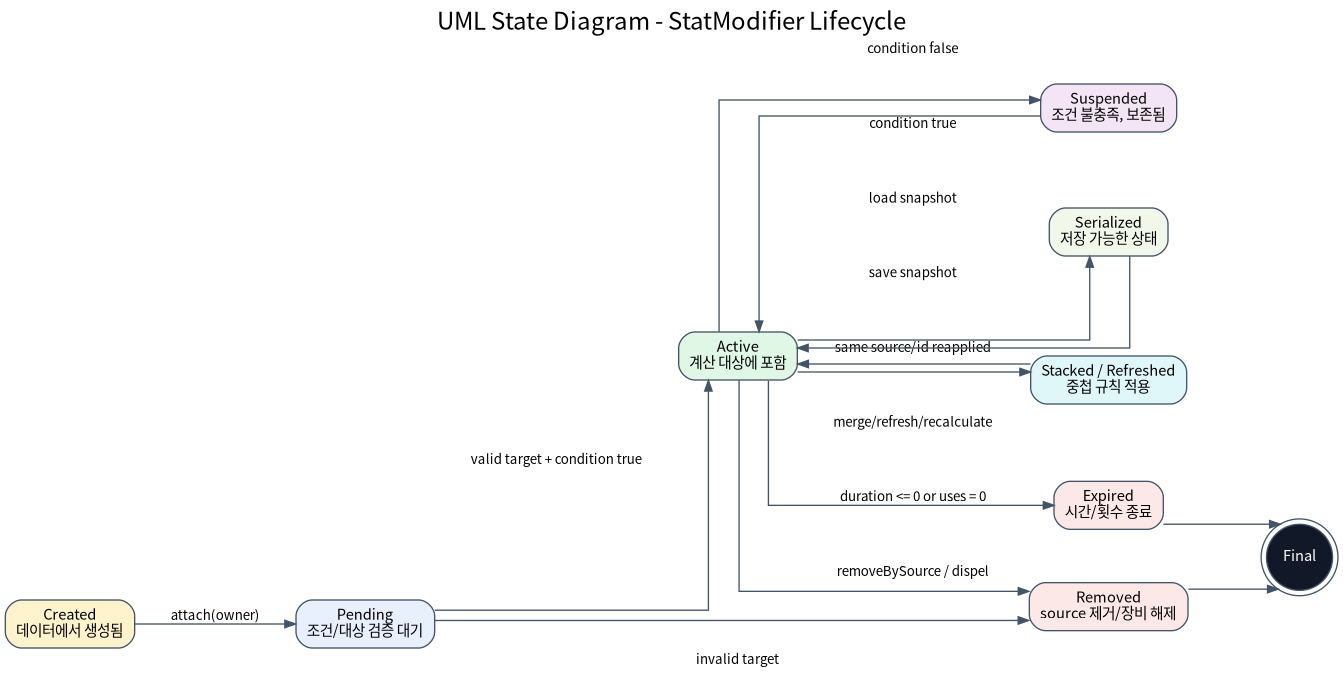
The Graphviz diagram assets/diagrams/05_modifier_lifecycle_state_diagram.png in JY-LemongO/game-system-framework-knowledge-site, before a commit. Its source is kept beside it as source/diagrams/05_modifier_lifecycle_state_diagram.dot.
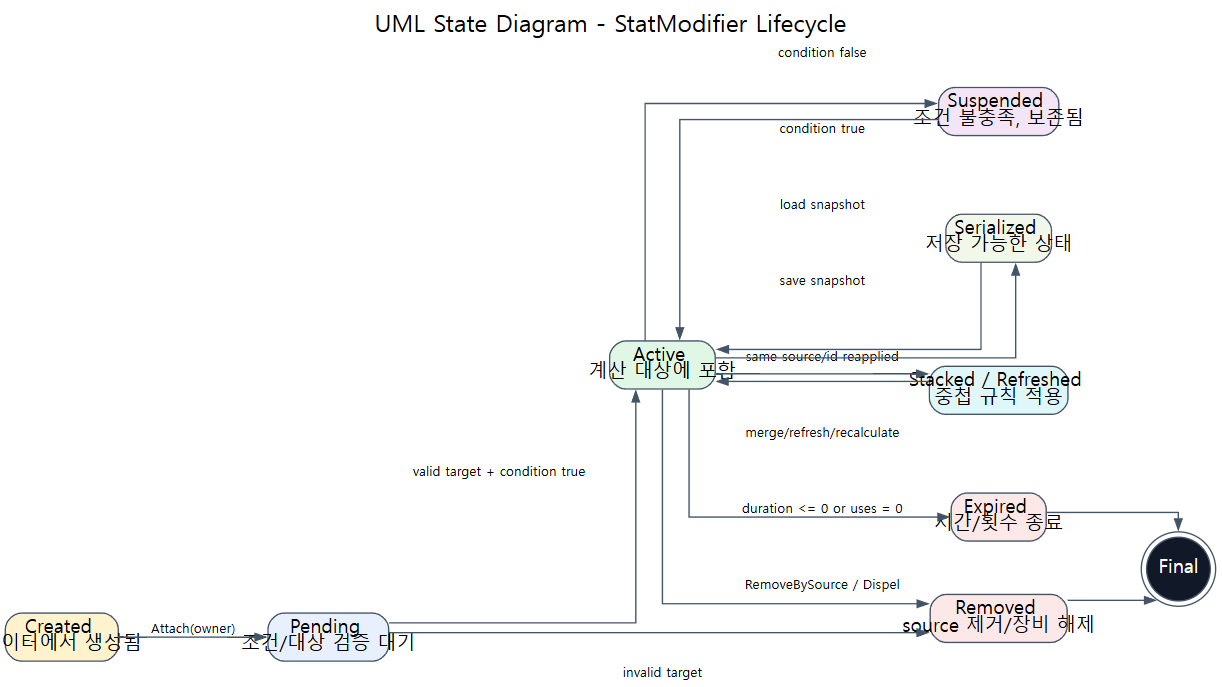
Later version of the same file.

What changed in the source:
```diff
@@ -19,7 +19,7 @@
 	serialized [label="Serialized
 저장 가능한 상태" fillcolor="#F1F8E9"]
 	final [label=Final fillcolor="#111827" fontcolor=white shape=doublecircle]
-	created -> pending [label="attach(owner)"]
+	created -> pending [label="Attach(owner)"]
 	pending -> active [label="valid target + condition true"]
 	pending -> removed [label="invalid target"]
 	active -> suspended [label="condition false"]
@@ -27,7 +27,7 @@
 	active -> stacked [label="same source/id reapplied"]
 	stacked -> active [label="merge/refresh/recalculate"]
 	active -> expired [label="duration <= 0 or uses = 0"]
-	active -> removed [label="removeBySource / dispel"]
+	active -> removed [label="RemoveBySource / Dispel"]
 	active -> serialized [label="save snapshot"]
 	serialized -> active [label="load snapshot"]
 	expired -> final
```
